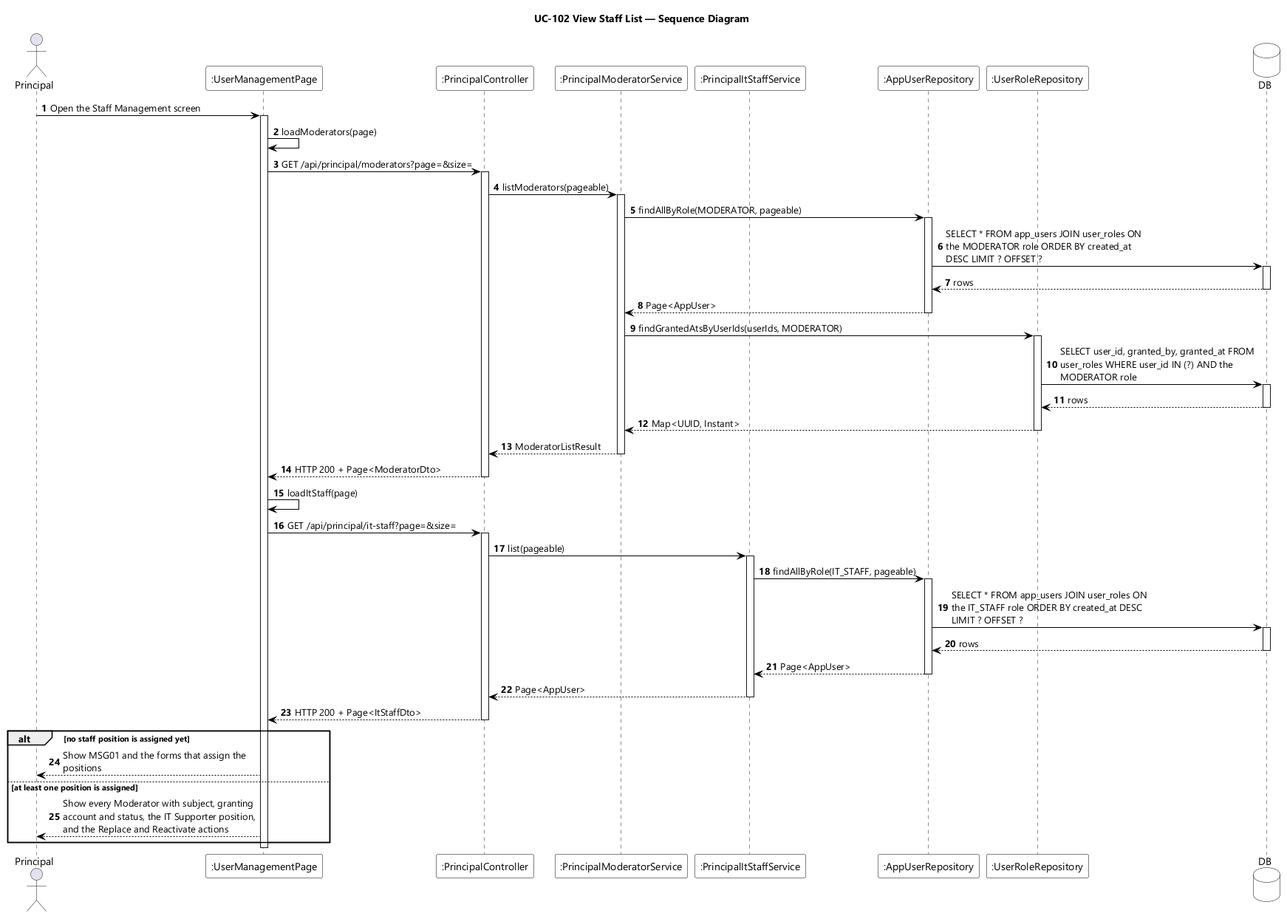
This is designs/sds-diagrams/uc102/uc102-sequence-diagram.png from EduA-system/EduA-system, a PlantUML export, as it was before one commit. Its diagram source:
```plantuml
@startuml UC-102 View Staff List - Sequence Diagram
skinparamlocked dpi 96
skinparam defaultFontName "Segoe UI"
skinparam shadowing false
skinparam ParticipantBackgroundColor #FFFFFF
skinparam ParticipantBorderColor #000000
skinparam DatabaseBackgroundColor #FFFFFF
skinparam DatabaseBorderColor #000000
skinparam ArrowColor #000000
skinparam sequenceMessageAlign left
skinparam maxMessageSize 280
title UC-102 View Staff List — Sequence Diagram

actor Principal
participant ":UserManagementPage" as UI
participant ":PrincipalController" as CTL
participant ":PrincipalModeratorService" as MODSVC
participant ":PrincipalItStaffService" as ITSVC
participant ":AppUserRepository" as USERS
participant ":UserRoleRepository" as ROLES
database DB

autonumber
Principal -> UI : Open the Staff Management screen
activate UI
UI -> UI : loadModerators(page)
UI -> CTL : GET /api/principal/moderators?page=&size=
activate CTL
CTL -> MODSVC : listModerators(pageable)
activate MODSVC
MODSVC -> USERS : findAllByRole(MODERATOR, pageable)
activate USERS
USERS -> DB : SELECT * FROM app_users JOIN user_roles ON the MODERATOR role ORDER BY created_at DESC LIMIT ? OFFSET ?
activate DB
DB --> USERS : rows
deactivate DB
USERS --> MODSVC : Page<AppUser>
deactivate USERS
MODSVC -> ROLES : findGrantedAtsByUserIds(userIds, MODERATOR)
activate ROLES
ROLES -> DB : SELECT user_id, granted_by, granted_at FROM user_roles WHERE user_id IN (?) AND the MODERATOR role
activate DB
DB --> ROLES : rows
deactivate DB
ROLES --> MODSVC : Map<UUID, Instant>
deactivate ROLES
MODSVC --> CTL : ModeratorListResult
deactivate MODSVC
CTL --> UI : HTTP 200 + Page<ModeratorDto>
deactivate CTL

UI -> UI : loadItStaff(page)
UI -> CTL : GET /api/principal/it-staff?page=&size=
activate CTL
CTL -> ITSVC : list(pageable)
activate ITSVC
ITSVC -> USERS : findAllByRole(IT_STAFF, pageable)
activate USERS
USERS -> DB : SELECT * FROM app_users JOIN user_roles ON the IT_STAFF role ORDER BY created_at DESC LIMIT ? OFFSET ?
activate DB
DB --> USERS : rows
deactivate DB
USERS --> ITSVC : Page<AppUser>
deactivate USERS
ITSVC --> CTL : Page<AppUser>
deactivate ITSVC
CTL --> UI : HTTP 200 + Page<ItStaffDto>
deactivate CTL

alt no staff position is assigned yet
  UI --> Principal : Show MSG01 and the forms that assign the positions
else at least one position is assigned
  UI --> Principal : Show every Moderator with subject, granting account and status, the IT Supporter position, and the Replace and Reactivate actions
end
deactivate UI
@enduml
```
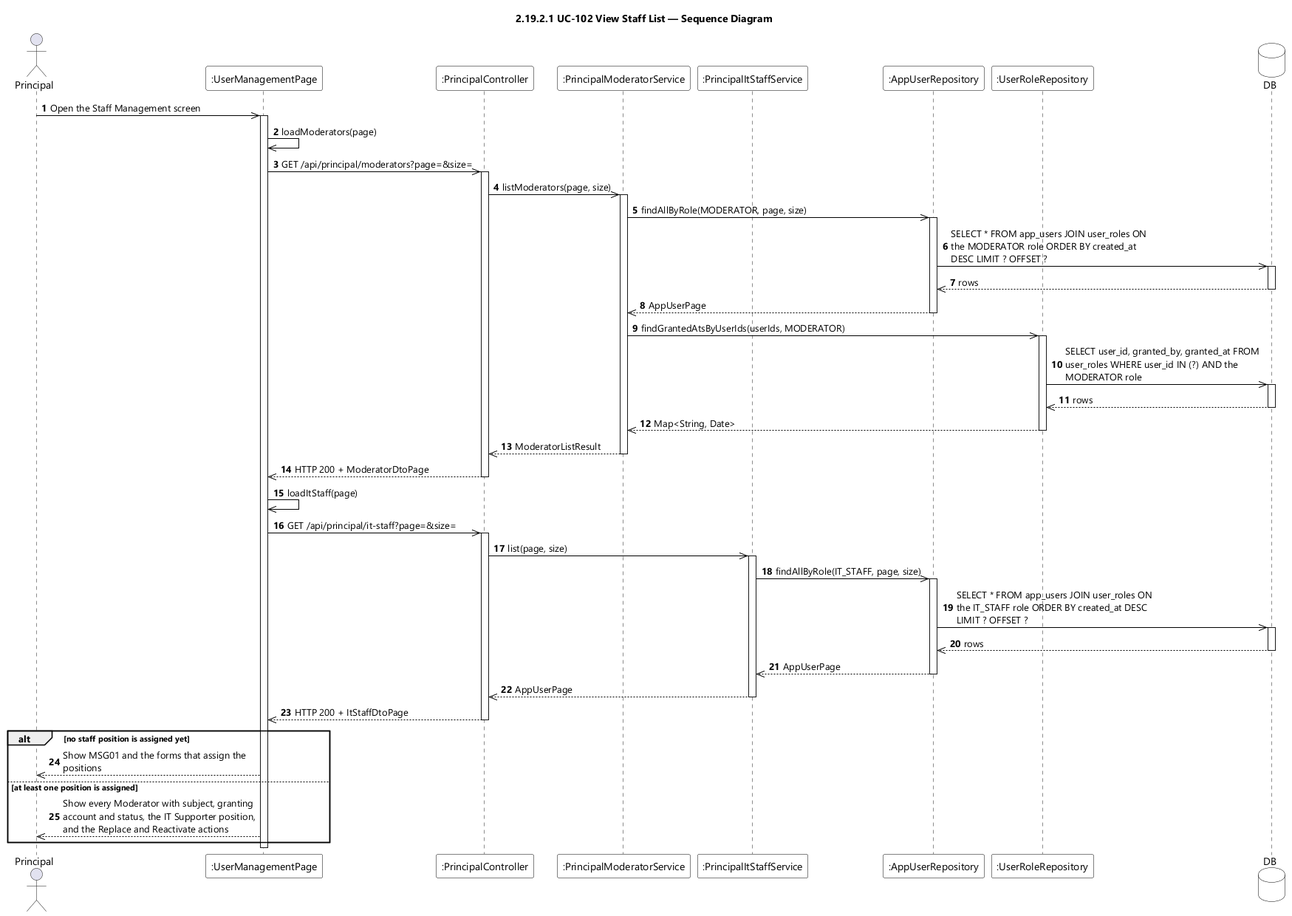
Above is the later version.

Change to the diagram source:
```diff
@@ -9,7 +9,7 @@
 skinparam ArrowColor #000000
 skinparam sequenceMessageAlign left
 skinparam maxMessageSize 280
-title UC-102 View Staff List — Sequence Diagram
+title 2.19.2.1 UC-102 View Staff List — Sequence Diagram
 
 actor Principal
 participant ":UserManagementPage" as UI
@@ -21,56 +21,56 @@
 database DB
 
 autonumber
-Principal -> UI : Open the Staff Management screen
+Principal ->> UI : Open the Staff Management screen
 activate UI
-UI -> UI : loadModerators(page)
-UI -> CTL : GET /api/principal/moderators?page=&size=
+UI ->> UI : loadModerators(page)
+UI ->> CTL : GET /api/principal/moderators?page=&size=
 activate CTL
-CTL -> MODSVC : listModerators(pageable)
+CTL ->> MODSVC : listModerators(page, size)
 activate MODSVC
-MODSVC -> USERS : findAllByRole(MODERATOR, pageable)
+MODSVC ->> USERS : findAllByRole(MODERATOR, page, size)
 activate USERS
-USERS -> DB : SELECT * FROM app_users JOIN user_roles ON the MODERATOR role ORDER BY created_at DESC LIMIT ? OFFSET ?
+USERS ->> DB : SELECT * FROM app_users JOIN user_roles ON the MODERATOR role ORDER BY created_at DESC LIMIT ? OFFSET ?
 activate DB
-DB --> USERS : rows
+DB -->> USERS : rows
 deactivate DB
-USERS --> MODSVC : Page<AppUser>
+USERS -->> MODSVC : AppUserPage
 deactivate USERS
-MODSVC -> ROLES : findGrantedAtsByUserIds(userIds, MODERATOR)
+MODSVC ->> ROLES : findGrantedAtsByUserIds(userIds, MODERATOR)
 activate ROLES
-ROLES -> DB : SELECT user_id, granted_by, granted_at FROM user_roles WHERE user_id IN (?) AND the MODERATOR role
+ROLES ->> DB : SELECT user_id, granted_by, granted_at FROM user_roles WHERE user_id IN (?) AND the MODERATOR role
 activate DB
-DB --> ROLES : rows
+DB -->> ROLES : rows
 deactivate DB
-ROLES --> MODSVC : Map<UUID, Instant>
+ROLES -->> MODSVC : Map<String, Date>
 deactivate ROLES
-MODSVC --> CTL : ModeratorListResult
+MODSVC -->> CTL : ModeratorListResult
 deactivate MODSVC
-CTL --> UI : HTTP 200 + Page<ModeratorDto>
+CTL -->> UI : HTTP 200 + ModeratorDtoPage
 deactivate CTL
 
-UI -> UI : loadItStaff(page)
-UI -> CTL : GET /api/principal/it-staff?page=&size=
+UI ->> UI : loadItStaff(page)
+UI ->> CTL : GET /api/principal/it-staff?page=&size=
 activate CTL
-CTL -> ITSVC : list(pageable)
+CTL ->> ITSVC : list(page, size)
 activate ITSVC
-ITSVC -> USERS : findAllByRole(IT_STAFF, pageable)
+ITSVC ->> USERS : findAllByRole(IT_STAFF, page, size)
 activate USERS
-USERS -> DB : SELECT * FROM app_users JOIN user_roles ON the IT_STAFF role ORDER BY created_at DESC LIMIT ? OFFSET ?
+USERS ->> DB : SELECT * FROM app_users JOIN user_roles ON the IT_STAFF role ORDER BY created_at DESC LIMIT ? OFFSET ?
 activate DB
-DB --> USERS : rows
+DB -->> USERS : rows
 deactivate DB
-USERS --> ITSVC : Page<AppUser>
+USERS -->> ITSVC : AppUserPage
 deactivate USERS
-ITSVC --> CTL : Page<AppUser>
+ITSVC -->> CTL : AppUserPage
 deactivate ITSVC
-CTL --> UI : HTTP 200 + Page<ItStaffDto>
+CTL -->> UI : HTTP 200 + ItStaffDtoPage
 deactivate CTL
 
 alt no staff position is assigned yet
-  UI --> Principal : Show MSG01 and the forms that assign the positions
+  UI -->> Principal : Show MSG01 and the forms that assign the positions
 else at least one position is assigned
-  UI --> Principal : Show every Moderator with subject, granting account and status, the IT Supporter position, and the Replace and Reactivate actions
+  UI -->> Principal : Show every Moderator with subject, granting account and status, the IT Supporter position, and the Replace and Reactivate actions
 end
 deactivate UI
 @enduml
```
